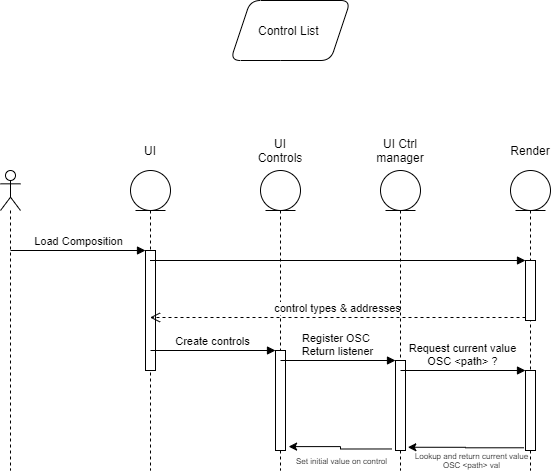
Earlier version of the draw.io export Docs/images/TDArena-Ctrl-Lifecycle.png (Somnium-Recordings/TD-Arena). Source tidied: cells renumbered, new cells last; positions are measured from the earlier drawing's top-left corner, leaving out a move shared by most shapes.
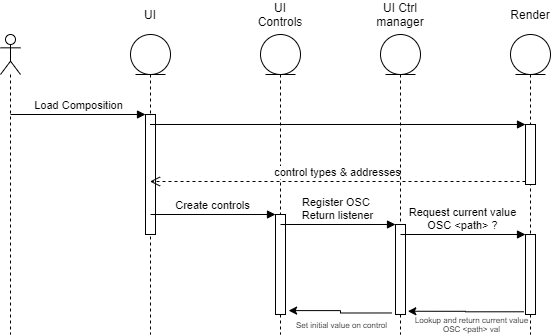
Above is the later version.

What changed in the source:
```diff
@@ -2,9 +2,6 @@
   <root>
     <mxCell id="0" />
     <mxCell id="1" parent="0" />
-    <mxCell id="2" value="Control List&amp;nbsp;" style="shape=parallelogram;perimeter=parallelogramPerimeter;whiteSpace=wrap;html=1;fixedSize=1;rounded=1;shadow=0;strokeWidth=1;glass=0;" parent="1" vertex="1">
-      <mxGeometry x="230" width="120" height="60" as="geometry" />
-    </mxCell>
     <mxCell id="3" style="shape=umlLifeline;participant=umlActor;perimeter=lifelinePerimeter;whiteSpace=wrap;html=1;verticalAlign=top;spacingTop=36;" parent="1" vertex="1">
       <mxGeometry y="170" width="20" height="300" as="geometry" />
     </mxCell>
```
